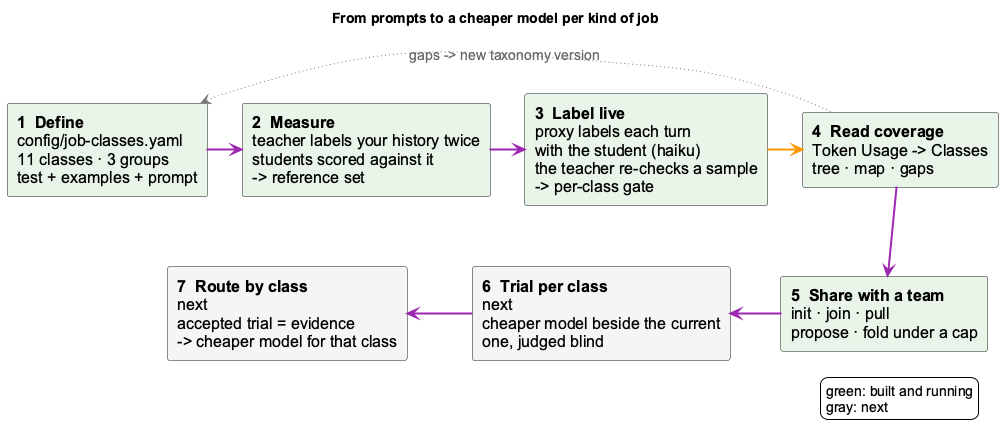
fwornle/coding keeps this PlantUML diagram as docs-content/images/job-class-lifecycle.png. Above is the earlier version.
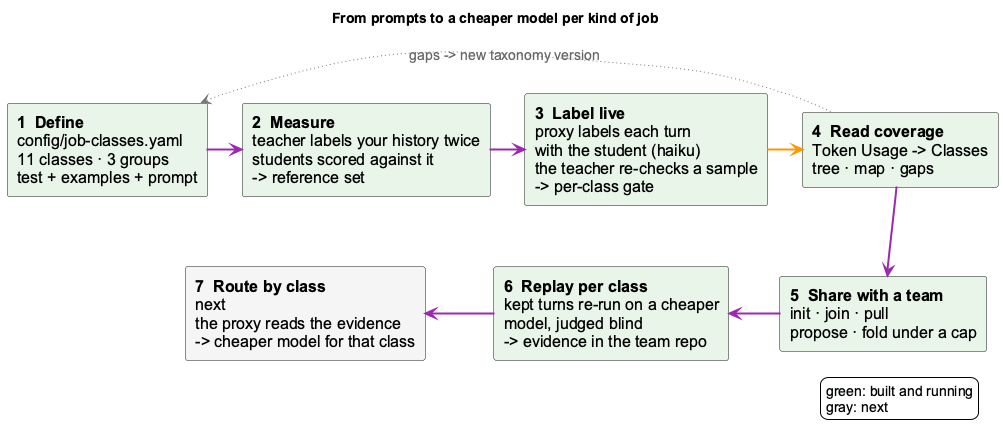
Above is the later version.

Commit message:
docs(job-classes): replay per class is built; a one-glance slide

Diff of the diagram source:
```diff
@@ -13,8 +13,8 @@
 component "**3  Label live**\nproxy labels each turn\nwith the student (haiku)\nthe teacher re-checks a sample\n-> per-class gate" as live <<core>>
 component "**4  Read coverage**\nToken Usage -> Classes\ntree · map · gaps" as read <<core>>
 component "**5  Share with a team**\ninit · join · pull\npropose · fold under a cap" as share <<core>>
-component "**6  Trial per class**\nnext\ncheaper model beside the current\none, judged blind" as trial <<external>>
-component "**7  Route by class**\nnext\naccepted trial = evidence\n-> cheaper model for that class" as route <<external>>
+component "**6  Replay per class**\nkept turns re-run on a cheaper\nmodel, judged blind\n-> evidence in the team repo" as trial <<core>>
+component "**7  Route by class**\nnext\nthe proxy reads the evidence\n-> cheaper model for that class" as route <<external>>
 
 define -[#9C27B0,thickness=2]right-> measure
 measure -[#9C27B0,thickness=2]right-> live
```
